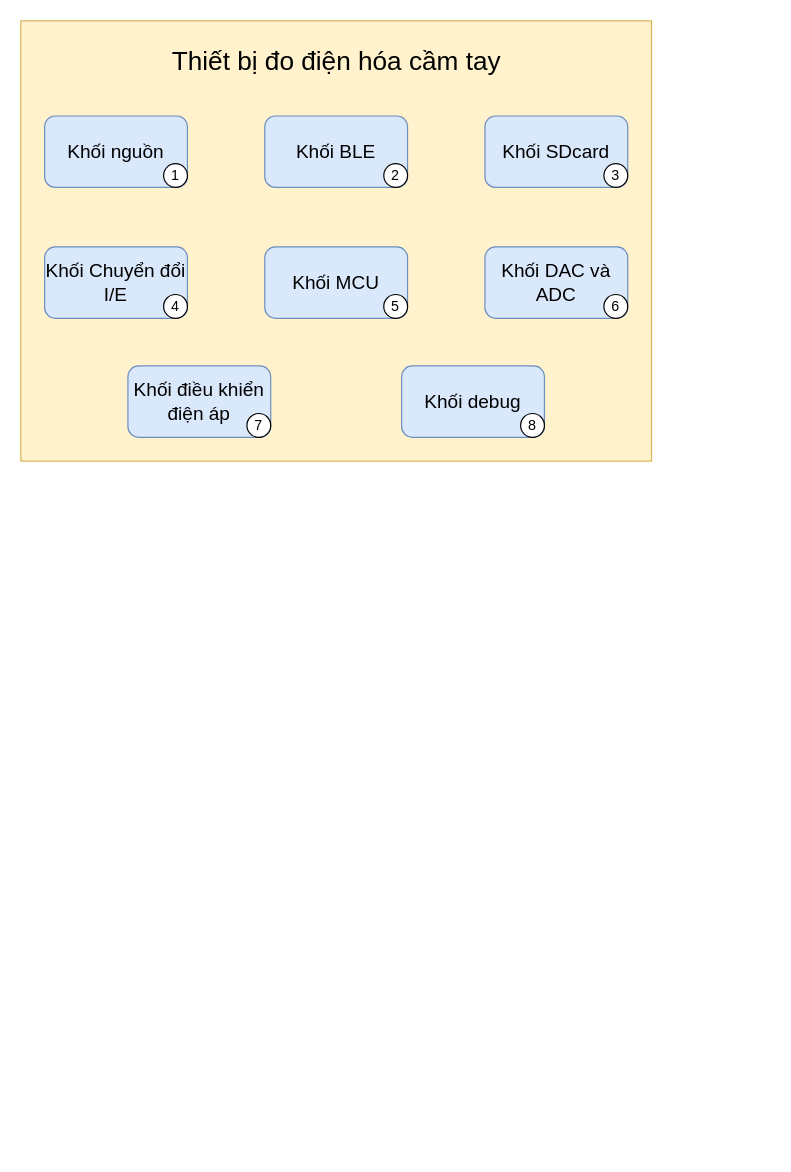
Before: Sơ đồ thiết kế.drawio in truongbui692002/DATN_20232, a draw.io diagram. Source tidied: cells renumbered, new cells numbered last; positions are measured from the earlier drawing's top-left corner, leaving out a move shared by most shapes. Both pictures are drawn from the tidied source at 119%, with x=0, y=0 at pixel (20, 20).
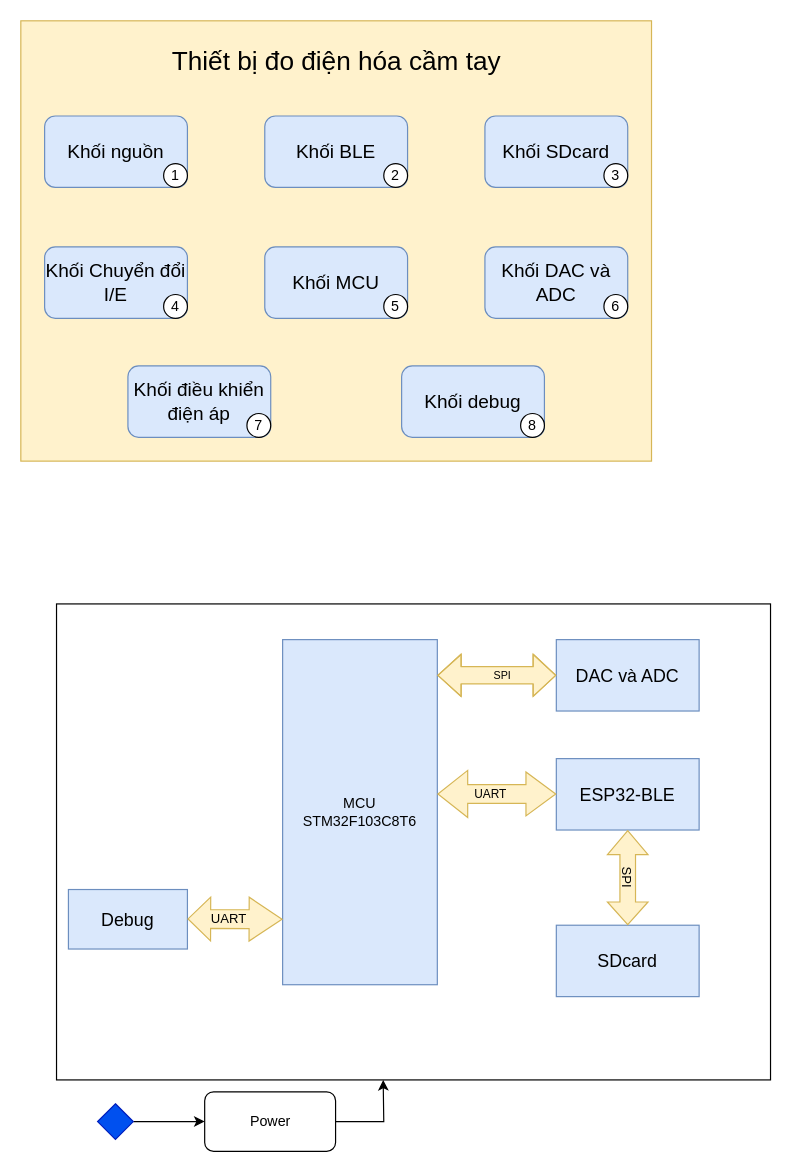
After the change.

Commit message:
Cập nhật Sơ đồ thiết kế.drawio

What changed in the source:
```diff
@@
+    <mxCell id="20" style="rounded=0;whiteSpace=wrap;html=1;" parent="1" vertex="1">
+      <mxGeometry x="30" y="490" width="600" height="400" as="geometry" />
+    </mxCell>
+    <mxCell id="21" style="edgeStyle=orthogonalEdgeStyle;rounded=0;jettySize=auto;html=1;" parent="1" edge="1" source="22" target="24">
+      <mxGeometry relative="1" as="geometry" />
+    </mxCell>
+    <mxCell id="22" style="rhombus;whiteSpace=wrap;html=1;fillColor=#0050ef;fontColor=#ffffff;strokeColor=#001DBC;" parent="1" vertex="1">
+      <mxGeometry x="64.5" y="910" width="30" height="30" as="geometry" />
+    </mxCell>
+    <mxCell id="23" style="edgeStyle=orthogonalEdgeStyle;rounded=0;jettySize=auto;html=1;" parent="1" edge="1" source="24">
+      <mxGeometry relative="1" as="geometry">
+        <mxPoint x="304.5" y="890" as="targetPoint" />
+      </mxGeometry>
+    </mxCell>
+    <mxCell id="24" value="Power" style="rounded=1;whiteSpace=wrap;html=1;" parent="1" vertex="1">
+      <mxGeometry x="154.5" y="900" width="110" height="50" as="geometry" />
+    </mxCell>
+    <mxCell id="25" value="MCU&lt;br&gt;STM32F103C8T6" style="rounded=0;whiteSpace=wrap;html=1;fillColor=#dae8fc;strokeColor=#6c8ebf;" parent="1" vertex="1">
+      <mxGeometry x="220" y="520" width="130" height="290" as="geometry" />
+    </mxCell>
+    <mxCell id="26" value="&lt;font style=&quot;font-size: 15px;&quot;&gt;DAC và ADC&lt;/font&gt;" style="rounded=0;whiteSpace=wrap;html=1;fillColor=#dae8fc;strokeColor=#6c8ebf;" parent="1" vertex="1">
+      <mxGeometry x="450" y="520" width="120" height="60" as="geometry" />
+    </mxCell>
+    <mxCell id="27" style="shape=flexArrow;endArrow=classic;startArrow=classic;html=1;rounded=0;entryX=0;entryY=0.5;entryDx=0;entryDy=0;width=14.482758620689655;startSize=6.172413793103448;fillColor=#fff2cc;strokeColor=#d6b656;" parent="1" edge="1" target="26">
+      <mxGeometry relative="1" as="geometry">
+        <mxPoint x="350" y="550" as="sourcePoint" />
+        <Array as="points">
+          <mxPoint x="410" y="550" />
+        </Array>
+      </mxGeometry>
+    </mxCell>
+    <mxCell id="28" value="&lt;font style=&quot;font-size: 9px;&quot;&gt;SPI&lt;/font&gt;" style="text;html=1;align=center;verticalAlign=middle;whiteSpace=wrap;rounded=0;" parent="1" vertex="1">
+      <mxGeometry x="390" y="545" width="30" height="10" as="geometry" />
+    </mxCell>
+    <mxCell id="29" value="&lt;span style=&quot;font-size: 15px;&quot;&gt;ESP32-BLE&lt;/span&gt;" style="rounded=0;whiteSpace=wrap;html=1;fillColor=#dae8fc;strokeColor=#6c8ebf;" parent="1" vertex="1">
+      <mxGeometry x="450" y="620" width="120" height="60" as="geometry" />
+    </mxCell>
+    <mxCell id="30" style="shape=flexArrow;endArrow=classic;startArrow=classic;html=1;rounded=0;exitX=1;exitY=0;exitDx=0;exitDy=0;entryX=0;entryY=0.5;entryDx=0;entryDy=0;startWidth=22.758620689655174;startSize=8.006896551724138;width=15.862068965517242;endSize=8.006896551724138;fillColor=#fff2cc;strokeColor=#d6b656;" parent="1" edge="1">
+      <mxGeometry relative="1" as="geometry">
+        <mxPoint x="350" y="649.7" as="sourcePoint" />
+        <mxPoint x="450" y="649.7" as="targetPoint" />
+      </mxGeometry>
+    </mxCell>
+    <mxCell id="31" value="&lt;font style=&quot;font-size: 10px;&quot;&gt;UART&lt;/font&gt;" style="text;html=1;align=center;verticalAlign=middle;whiteSpace=wrap;rounded=0;" parent="1" vertex="1">
+      <mxGeometry x="380" y="645" width="30" height="10" as="geometry" />
+    </mxCell>
+    <mxCell id="32" value="&lt;span style=&quot;font-size: 15px;&quot;&gt;SDcard&lt;/span&gt;" style="rounded=0;whiteSpace=wrap;html=1;fillColor=#dae8fc;strokeColor=#6c8ebf;" parent="1" vertex="1">
+      <mxGeometry x="450" y="760" width="120" height="60" as="geometry" />
+    </mxCell>
+    <mxCell id="33" style="shape=flexArrow;endArrow=classic;startArrow=classic;html=1;rounded=0;exitX=0.5;exitY=1;exitDx=0;exitDy=0;entryX=0.5;entryY=0;entryDx=0;entryDy=0;width=13.10344827586207;startSize=6.406896551724137;fillColor=#fff2cc;strokeColor=#d6b656;" parent="1" edge="1" source="29" target="32">
+      <mxGeometry relative="1" as="geometry" />
+    </mxCell>
+    <mxCell id="34" value="&lt;font style=&quot;font-size: 11px;&quot;&gt;SPI&lt;/font&gt;" style="text;html=1;align=center;verticalAlign=middle;whiteSpace=wrap;rounded=0;rotation=90;" parent="1" vertex="1">
+      <mxGeometry x="495" y="710" width="30" height="20" as="geometry" />
+    </mxCell>
+    <mxCell id="35" value="&lt;span style=&quot;font-size: 15px;&quot;&gt;Debug&lt;/span&gt;" style="rounded=0;whiteSpace=wrap;html=1;fillColor=#dae8fc;strokeColor=#6c8ebf;" parent="1" vertex="1">
+      <mxGeometry x="40" y="730" width="100" height="50" as="geometry" />
+    </mxCell>
+    <mxCell id="36" style="shape=flexArrow;endArrow=classic;startArrow=classic;html=1;rounded=0;exitX=1;exitY=0;exitDx=0;exitDy=0;fillColor=#fff2cc;strokeColor=#d6b656;width=15.833333333333334;endSize=8.883333333333335;" parent="1" edge="1">
+      <mxGeometry relative="1" as="geometry">
+        <mxPoint x="140" y="754.7" as="sourcePoint" />
+        <mxPoint x="220" y="755" as="targetPoint" />
+      </mxGeometry>
+    </mxCell>
+    <mxCell id="37" value="&lt;font style=&quot;font-size: 11px;&quot;&gt;UART&lt;/font&gt;" style="text;html=1;align=center;verticalAlign=middle;whiteSpace=wrap;rounded=0;" parent="1" vertex="1">
+      <mxGeometry x="160" y="750" width="30" height="10" as="geometry" />
+    </mxCell>
```
